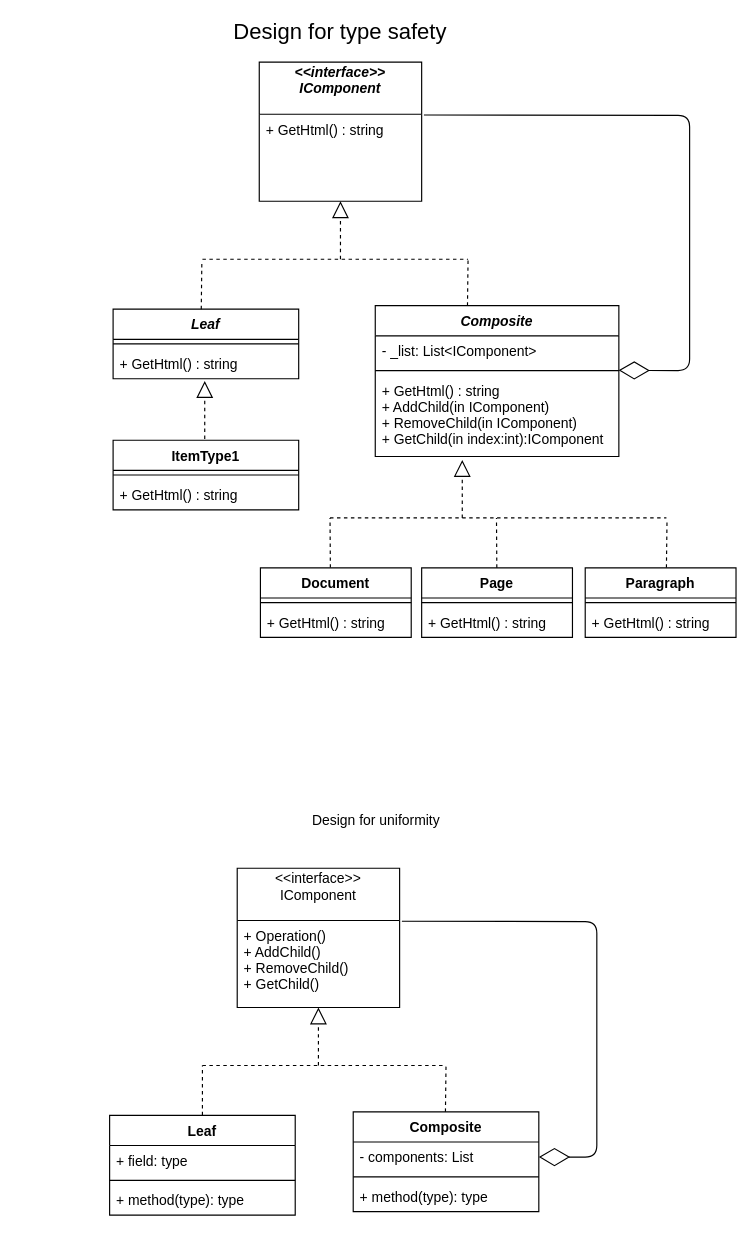
Earlier version of the draw.io diagram Patterns/images/Composite.drawio (zangelus/Patterns). Source tidied: cells renumbered, new cells numbered last; positions are measured from the earlier drawing's top-left corner, leaving out a move shared by most shapes. Both pictures are drawn from the tidied source at 116%, with x=0, y=0 at pixel (96, 21).
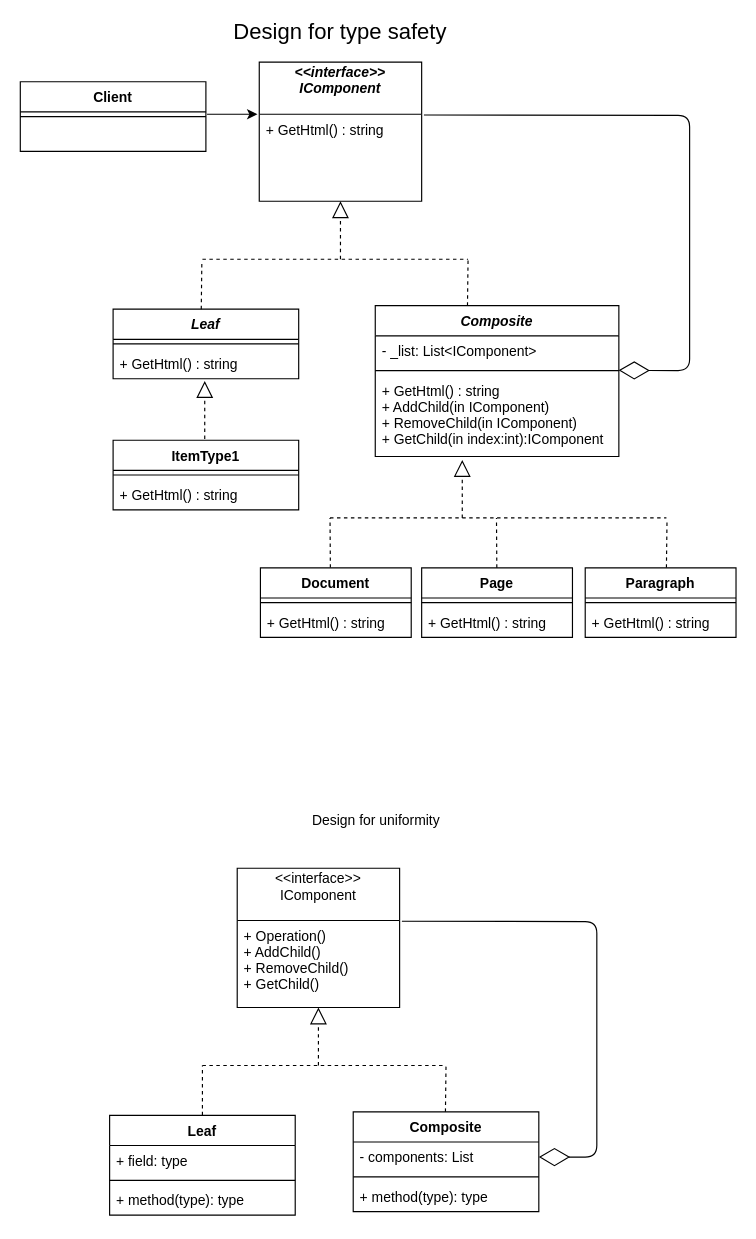
The same diagram, later.

Unchanged cells that the change refers to:
```xml
<mxCell id="29" value="+ GetHtml() : string&#10;" style="text;strokeColor=none;fillColor=none;align=left;verticalAlign=top;spacingLeft=4;spacingRight=4;overflow=hidden;points=[[0,0.5],[1,0.5]];portConstraint=eastwest;" parent="28" vertex="1">
  <mxGeometry y="45" width="140" height="75" as="geometry" />
</mxCell>
```

Change to the diagram source:
```diff
@@
+    <mxCell id="51" value="Client" style="swimlane;fontStyle=1;align=center;verticalAlign=top;horizontal=1;startSize=26;" parent="1" vertex="1">
+      <mxGeometry x="-66" y="52" width="160" height="60" as="geometry" />
+    </mxCell>
+    <mxCell id="52" style="line;strokeWidth=1;fillColor=none;align=left;verticalAlign=middle;spacingTop=-1;spacingLeft=3;spacingRight=3;labelPosition=right;" parent="51" vertex="1">
+      <mxGeometry y="26" width="160" height="8" as="geometry" />
+    </mxCell>
+    <mxCell id="53" value=" &#10;" style="text;strokeColor=none;fillColor=none;align=left;verticalAlign=top;spacingLeft=4;spacingRight=4;overflow=hidden;" parent="51" vertex="1">
+      <mxGeometry y="34" width="160" height="26" as="geometry" />
+    </mxCell>
+    <mxCell id="54" style="endArrow=classic;html=1;entryX=-0.011;entryY=0;entryDx=0;entryDy=0;entryPerimeter=0;" parent="1" edge="1" target="29">
+      <mxGeometry relative="1" as="geometry">
+        <mxPoint x="95" y="80" as="sourcePoint" />
+      </mxGeometry>
+    </mxCell>
```
